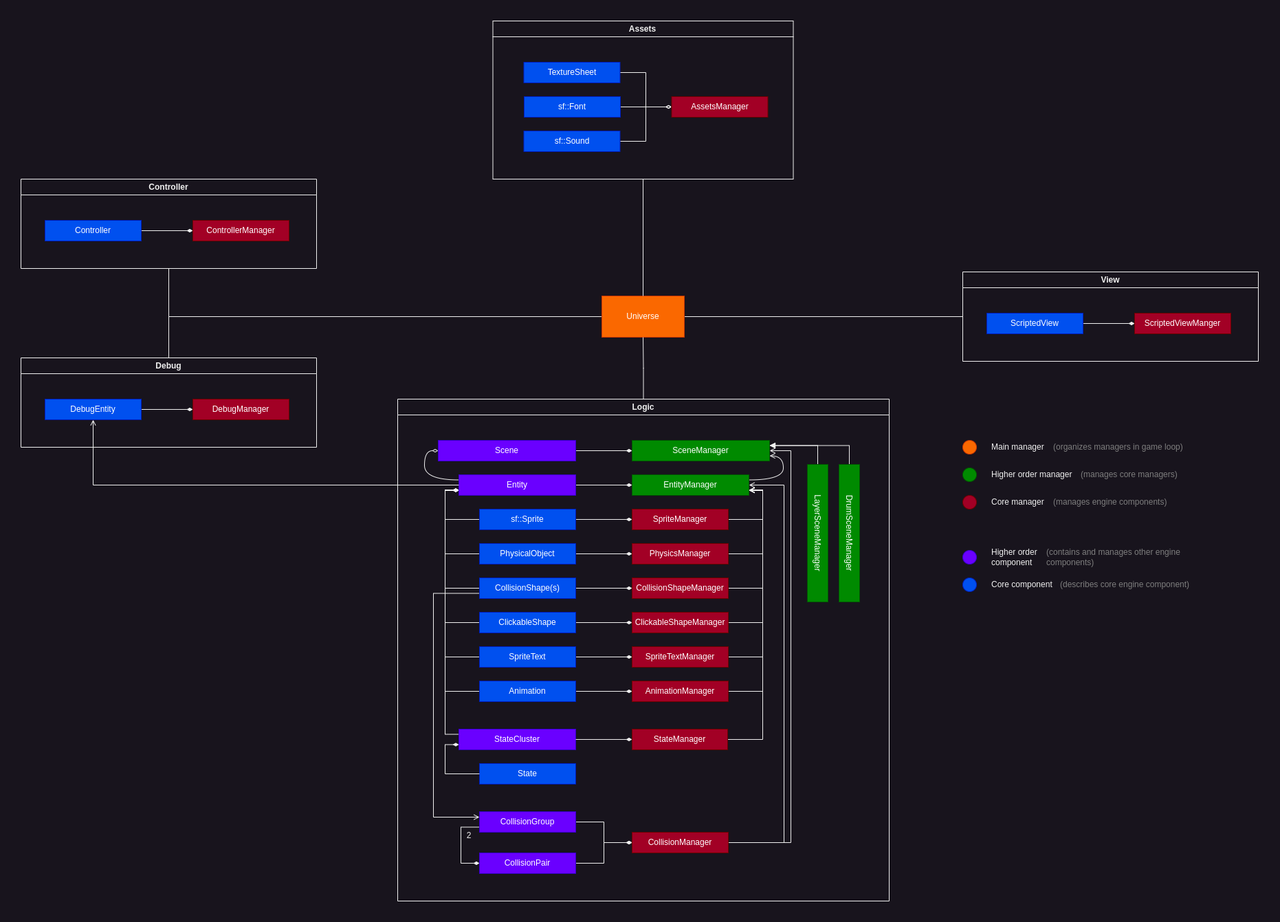
codeandjoy/SGE keeps this draw.io diagram as notes/Engine.drawio.png. Above is the earlier version. Source tidied: cells renumbered, new cells last; positions are measured from the earlier drawing's top-left corner, leaving out a move shared by most shapes.
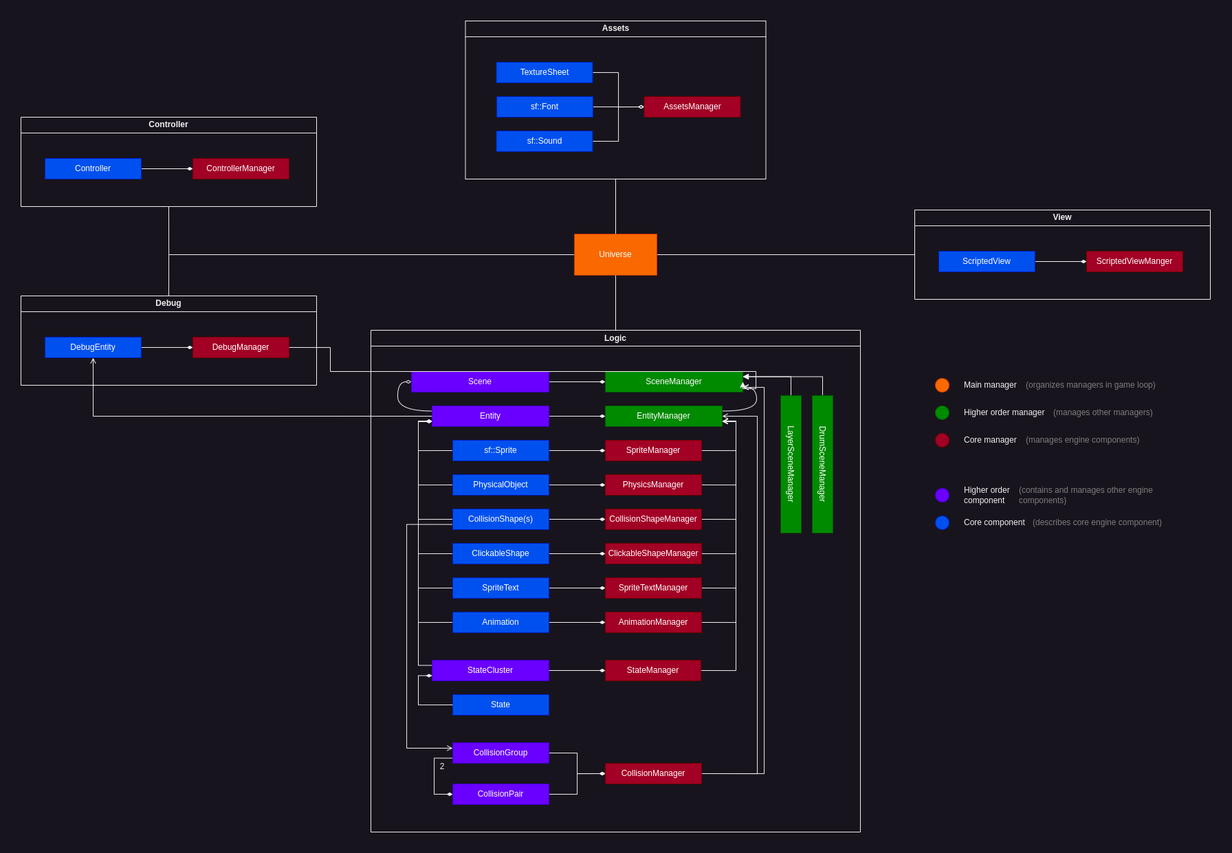
The same diagram one commit later.

What changed in the source:
```diff
@@ -18,7 +18,7 @@
       <mxGeometry relative="1" as="geometry" />
     </mxCell>
     <mxCell id="7" value="Logic" style="swimlane;whiteSpace=wrap;html=1;" parent="1" vertex="1">
-      <mxGeometry x="548" y="550" width="715" height="730" as="geometry" />
+      <mxGeometry x="549" y="540" width="712" height="730" as="geometry" />
     </mxCell>
     <mxCell id="8" style="edgeStyle=orthogonalEdgeStyle;rounded=0;jettySize=auto;html=1;exitX=1;exitY=0.5;exitDx=0;exitDy=0;entryX=0;entryY=0.5;entryDx=0;entryDy=0;endArrow=diamondThin;endFill=1;" parent="7" edge="1" source="9" target="32">
       <mxGeometry relative="1" as="geometry" />
@@ -151,11 +151,12 @@
         </Array>
       </mxGeometry>
     </mxCell>
-    <mxCell id="48" style="edgeStyle=orthogonalEdgeStyle;rounded=0;jettySize=auto;html=1;exitX=1;exitY=0.5;exitDx=0;exitDy=0;entryX=1;entryY=0.5;entryDx=0;entryDy=0;endArrow=open;endFill=0;" parent="7" edge="1" source="49" target="32">
+    <mxCell id="48" style="edgeStyle=orthogonalEdgeStyle;rounded=0;jettySize=auto;html=1;exitX=1;exitY=0.5;exitDx=0;exitDy=0;entryX=1;entryY=0.75;entryDx=0;entryDy=0;endArrow=open;endFill=0;" parent="7" edge="1" source="49" target="32">
       <mxGeometry relative="1" as="geometry">
         <Array as="points">
           <mxPoint x="572" y="645" />
-          <mxPoint x="572" y="75" />
+          <mxPoint x="572" y="83" />
+          <mxPoint x="541" y="83" />
         </Array>
       </mxGeometry>
     </mxCell>
@@ -222,7 +223,7 @@
       <mxGeometry relative="1" as="geometry" />
     </mxCell>
     <mxCell id="68" value="Assets" style="swimlane;whiteSpace=wrap;html=1;" parent="1" vertex="1">
-      <mxGeometry x="686.5" width="437" height="230" as="geometry" />
+      <mxGeometry x="686.5" y="90" width="437" height="230" as="geometry" />
     </mxCell>
     <mxCell id="69" style="edgeStyle=orthogonalEdgeStyle;rounded=0;jettySize=auto;html=1;exitX=1;exitY=0.5;exitDx=0;exitDy=0;entryX=0;entryY=0.5;entryDx=0;entryDy=0;endArrow=diamondThin;endFill=0;" parent="68" edge="1" source="70" target="75">
       <mxGeometry relative="1" as="geometry" />
@@ -246,7 +247,7 @@
       <mxGeometry x="260" y="110" width="140" height="30" as="geometry" />
     </mxCell>
     <mxCell id="76" value="Debug" style="swimlane;whiteSpace=wrap;html=1;" parent="1" vertex="1">
-      <mxGeometry y="490" width="430" height="130" as="geometry" />
+      <mxGeometry x="40" y="490" width="430" height="130" as="geometry" />
     </mxCell>
     <mxCell id="77" style="edgeStyle=orthogonalEdgeStyle;rounded=0;jettySize=auto;html=1;exitX=1;exitY=0.5;exitDx=0;exitDy=0;entryX=0;entryY=0.5;entryDx=0;entryDy=0;endArrow=diamondThin;endFill=1;" parent="76" edge="1" source="78" target="79">
       <mxGeometry relative="1" as="geometry" />
@@ -282,7 +283,7 @@
       <mxGeometry x="1410" y="605" width="100" height="30" as="geometry" />
     </mxCell>
     <mxCell id="88" value="Controller" style="swimlane;whiteSpace=wrap;html=1;" parent="1" vertex="1">
-      <mxGeometry y="230" width="430" height="130" as="geometry" />
+      <mxGeometry x="40" y="230" width="430" height="130" as="geometry" />
     </mxCell>
     <mxCell id="89" style="edgeStyle=orthogonalEdgeStyle;rounded=0;jettySize=auto;html=1;exitX=1;exitY=0.5;exitDx=0;exitDy=0;entryX=0;entryY=0.5;entryDx=0;entryDy=0;endArrow=diamondThin;endFill=1;" parent="88" edge="1" source="90" target="91">
       <mxGeometry relative="1" as="geometry" />
@@ -293,7 +294,7 @@
     <mxCell id="91" value="ControllerManager" style="rounded=0;whiteSpace=wrap;html=1;fillColor=#a20025;fontColor=#ffffff;strokeColor=#6F0000;" parent="88" vertex="1">
       <mxGeometry x="250" y="60" width="140" height="30" as="geometry" />
     </mxCell>
-    <mxCell id="92" value="&lt;font color=&quot;#7d7d7d&quot;&gt;(manages core managers)&lt;/font&gt;" style="text;html=1;strokeColor=none;fillColor=none;align=left;verticalAlign=middle;whiteSpace=wrap;rounded=0;" parent="1" vertex="1">
+    <mxCell id="92" value="&lt;font color=&quot;#7d7d7d&quot;&gt;(manages other managers)&lt;/font&gt;" style="text;html=1;strokeColor=none;fillColor=none;align=left;verticalAlign=middle;whiteSpace=wrap;rounded=0;" parent="1" vertex="1">
       <mxGeometry x="1540" y="645" width="150" height="30" as="geometry" />
     </mxCell>
     <mxCell id="93" value="&lt;font color=&quot;#7d7d7d&quot;&gt;(organizes managers in game loop)&lt;/font&gt;" style="text;html=1;strokeColor=none;fillColor=none;align=left;verticalAlign=middle;whiteSpace=wrap;rounded=0;" parent="1" vertex="1">
@@ -315,7 +316,7 @@
       <mxGeometry x="1490" y="765" width="200" height="30" as="geometry" />
     </mxCell>
     <mxCell id="99" value="View" style="swimlane;whiteSpace=wrap;html=1;" parent="1" vertex="1">
-      <mxGeometry x="1370" y="365" width="430" height="130" as="geometry" />
+      <mxGeometry x="1340" y="365" width="430" height="130" as="geometry" />
     </mxCell>
     <mxCell id="100" style="edgeStyle=orthogonalEdgeStyle;rounded=0;jettySize=auto;html=1;exitX=1;exitY=0.5;exitDx=0;exitDy=0;entryX=0;entryY=0.5;entryDx=0;entryDy=0;endArrow=diamondThin;endFill=1;" parent="99" edge="1" source="101" target="102">
       <mxGeometry relative="1" as="geometry" />
@@ -329,5 +330,15 @@
     <mxCell id="103" style="edgeStyle=orthogonalEdgeStyle;rounded=0;jettySize=auto;html=1;exitX=0;exitY=0.5;exitDx=0;exitDy=0;entryX=0.5;entryY=1;entryDx=0;entryDy=0;endArrow=open;endFill=0;" parent="1" edge="1" source="12" target="78">
       <mxGeometry relative="1" as="geometry" />
     </mxCell>
+    <mxCell id="104" style="edgeStyle=orthogonalEdgeStyle;rounded=0;jettySize=auto;html=1;exitX=1;exitY=0.5;exitDx=0;exitDy=0;entryX=1;entryY=0.5;entryDx=0;entryDy=0;" parent="1" edge="1" source="79" target="32">
+      <mxGeometry relative="1" as="geometry">
+        <Array as="points">
+          <mxPoint x="490" y="565" />
+          <mxPoint x="490" y="600" />
+          <mxPoint x="1109" y="600" />
+          <mxPoint x="1109" y="625" />
+        </Array>
+      </mxGeometry>
+    </mxCell>
   </root>
 </mxGraphModel>
```
